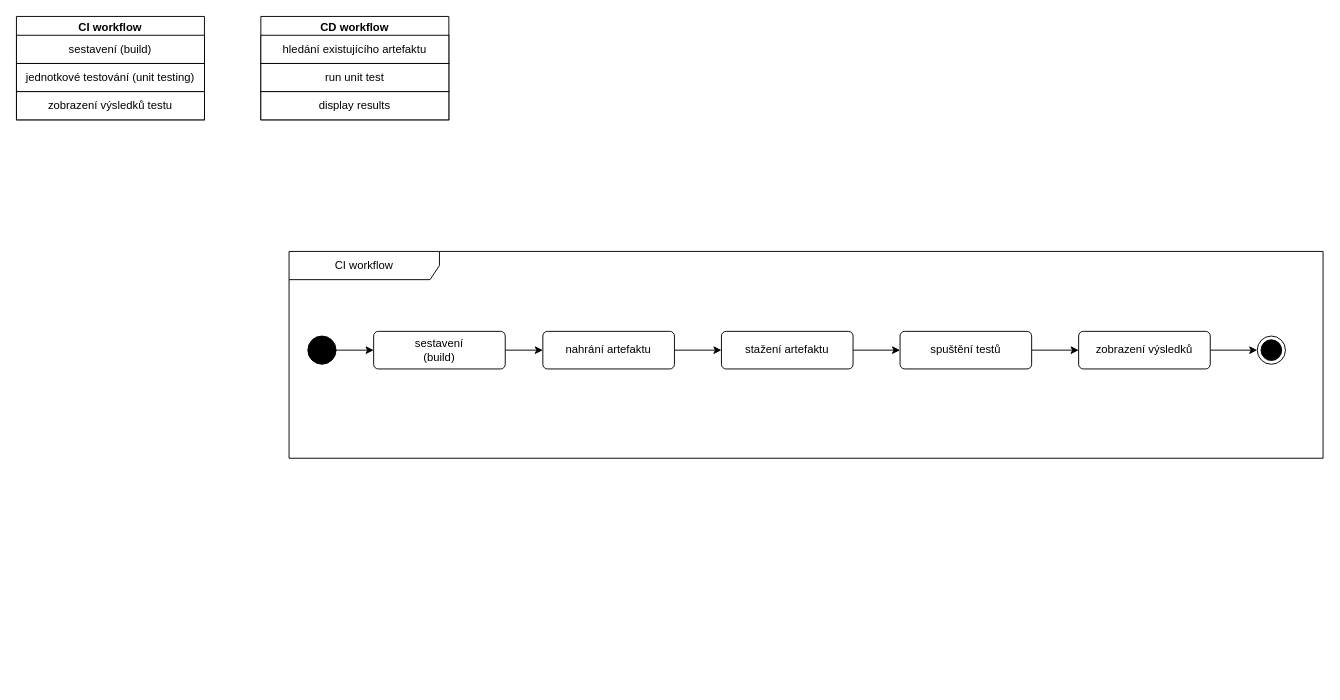
Earlier version of the draw.io diagram Diagram bez názvu.drawio (TomasKelbasa/diagrams.net). Source tidied: cells renumbered, new cells numbered last; positions are measured from the earlier drawing's top-left corner, leaving out a move shared by most shapes. Both pictures are drawn from the tidied source at 94%, with x=0, y=0 at pixel (16, 16).
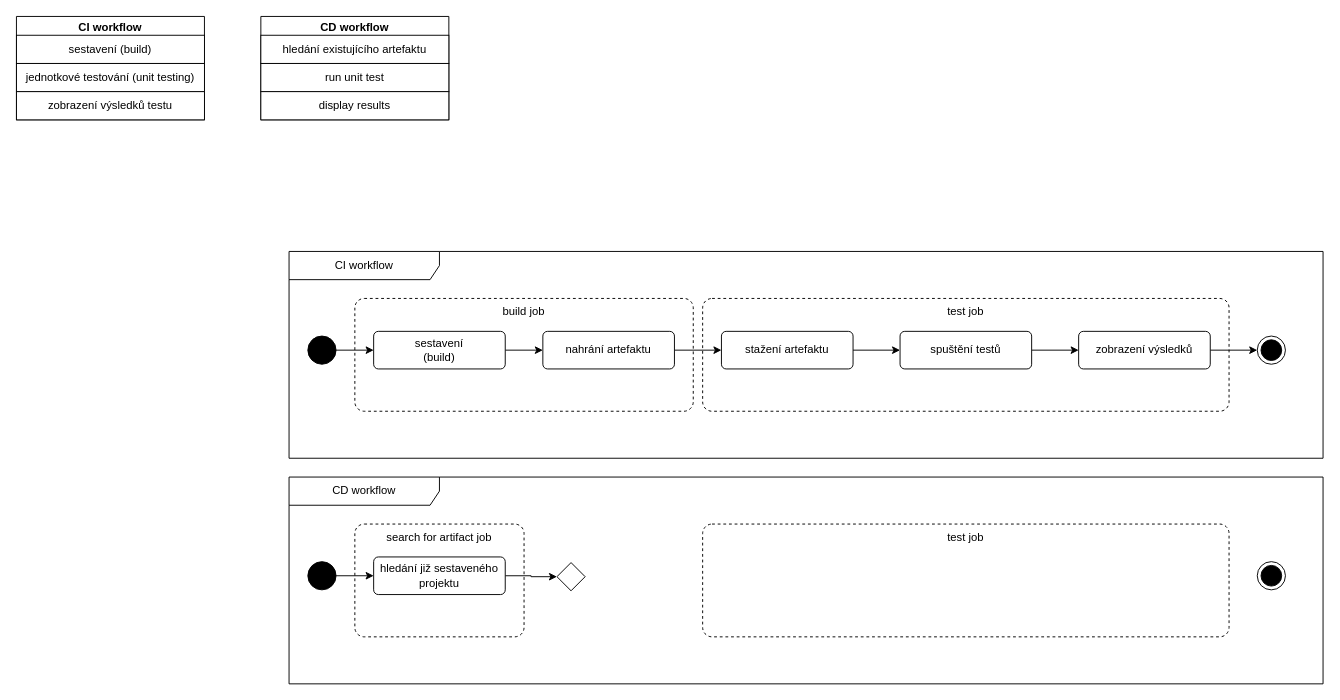
Above is the later version.

The change refers to these unchanged cells:
```xml
<mxCell id="10" value="CI workflow" style="shape=umlFrame;whiteSpace=wrap;html=1;width=160;" parent="1" vertex="1">
  <mxGeometry x="290" y="250" width="1100" height="220" as="geometry" />
</mxCell>
```

The edit, as a diff of the source:
```diff
@@
+    <mxCell id="24" value="test job" style="html=1;align=center;verticalAlign=top;rounded=1;absoluteArcSize=1;arcSize=20;dashed=1;whiteSpace=wrap;" parent="10" vertex="1">
+      <mxGeometry x="440" y="50" width="560" height="120" as="geometry" />
+    </mxCell>
+    <mxCell id="25" value="build job" style="html=1;align=center;verticalAlign=top;rounded=1;absoluteArcSize=1;arcSize=20;dashed=1;whiteSpace=wrap;" parent="10" vertex="1">
+      <mxGeometry x="70" y="50" width="360" height="120" as="geometry" />
+    </mxCell>
@@
+    <mxCell id="26" value="CD workflow" style="shape=umlFrame;whiteSpace=wrap;html=1;width=160;" parent="1" vertex="1">
+      <mxGeometry x="290" y="490" width="1100" height="220" as="geometry" />
+    </mxCell>
+    <mxCell id="27" value="test job" style="html=1;align=center;verticalAlign=top;rounded=1;absoluteArcSize=1;arcSize=20;dashed=1;whiteSpace=wrap;" parent="26" vertex="1">
+      <mxGeometry x="440" y="50" width="560" height="120" as="geometry" />
+    </mxCell>
+    <mxCell id="28" value="search for artifact job" style="html=1;align=center;verticalAlign=top;rounded=1;absoluteArcSize=1;arcSize=20;dashed=1;whiteSpace=wrap;" parent="26" vertex="1">
+      <mxGeometry x="70" y="50" width="180" height="120" as="geometry" />
+    </mxCell>
+    <mxCell id="29" style="edgeStyle=orthogonalEdgeStyle;rounded=0;jettySize=auto;html=1;entryX=0;entryY=0.5;entryDx=0;entryDy=0;" parent="26" edge="1" source="30" target="34">
+      <mxGeometry relative="1" as="geometry" />
+    </mxCell>
+    <mxCell id="30" value="hledání již sestaveného projektu" style="html=1;align=center;verticalAlign=middle;rounded=1;absoluteArcSize=1;arcSize=10;dashed=0;whiteSpace=wrap;" parent="26" vertex="1">
+      <mxGeometry x="90" y="85" width="140" height="40" as="geometry" />
+    </mxCell>
+    <mxCell id="31" style="ellipse;html=1;shape=endState;fillColor=strokeColor;" parent="26" vertex="1">
+      <mxGeometry x="1030" y="90" width="30" height="30" as="geometry" />
+    </mxCell>
+    <mxCell id="32" style="ellipse;fillColor=strokeColor;html=1;" parent="26" vertex="1">
+      <mxGeometry x="20" y="90" width="30" height="30" as="geometry" />
+    </mxCell>
+    <mxCell id="33" style="edgeStyle=orthogonalEdgeStyle;rounded=0;jettySize=auto;html=1;entryX=0;entryY=0.5;entryDx=0;entryDy=0;" parent="26" edge="1" source="32" target="30">
+      <mxGeometry relative="1" as="geometry" />
+    </mxCell>
+    <mxCell id="34" style="rhombus;" parent="26" vertex="1">
+      <mxGeometry x="285" y="91" width="30" height="30" as="geometry" />
+    </mxCell>
```
